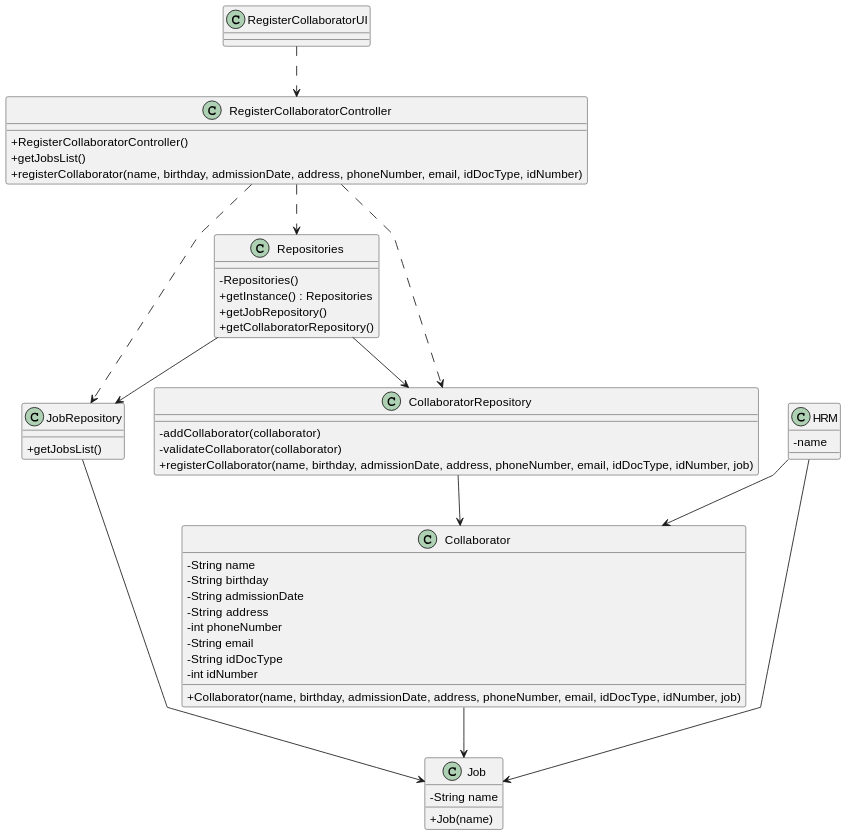
This is docs/sprintA&B/us003/03.design/svg/us003-class-diagram.svg from daniel41silva05/ISEP_2023_2024_LAPR2, a PlantUML export, as it was before one commit.
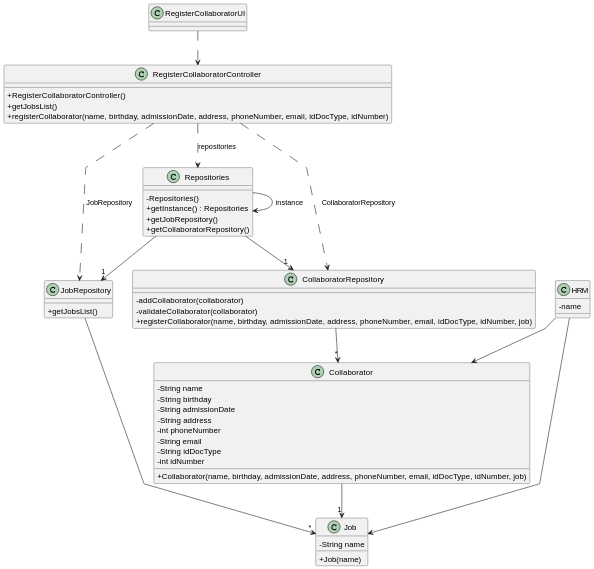
The same diagram one commit later.

Commit message:
ED-17 US03 - Update Class Diagram

What changed in the source:
```diff
@@ -55,14 +55,15 @@
 }
 
 RegisterCollaboratorUI ..> RegisterCollaboratorController
-RegisterCollaboratorController ..> Repositories
-RegisterCollaboratorController ..> CollaboratorRepository
-RegisterCollaboratorController ..> JobRepository
-CollaboratorRepository --> Collaborator
-JobRepository --> Job
+RegisterCollaboratorController ..> Repositories: repositories
+RegisterCollaboratorController ..> CollaboratorRepository: CollaboratorRepository
+RegisterCollaboratorController ..> JobRepository: JobRepository
+Repositories --> Repositories: instance
+Repositories --> "1" CollaboratorRepository
+Repositories --> "1" JobRepository
+CollaboratorRepository --> "*" Collaborator
+JobRepository --> "*" Job
+Collaborator --> "1" Job
 HRM --> Collaborator
 HRM --> Job
-Collaborator --> Job
-Repositories --> CollaboratorRepository
-Repositories --> JobRepository
 @enduml
```
